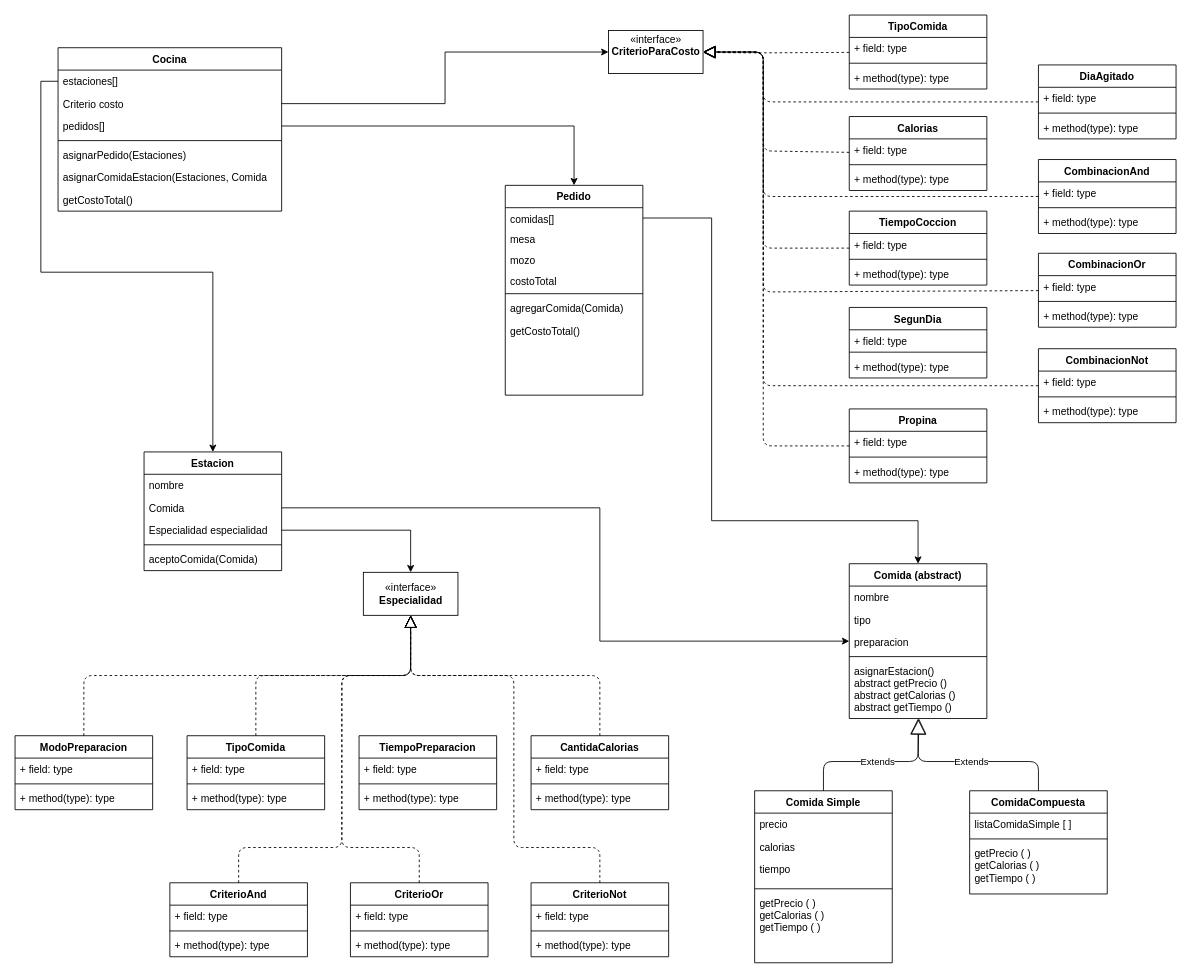
Before: diagrama Tp Especial Parte2.drawio in Guidin8/TPEspecialProg2, a draw.io diagram. Source tidied: cells renumbered, new cells numbered last; positions are measured from the earlier drawing's top-left corner, leaving out a move shared by most shapes. Both pictures are drawn from the tidied source at 86%, with x=0, y=0 at pixel (15, 15).
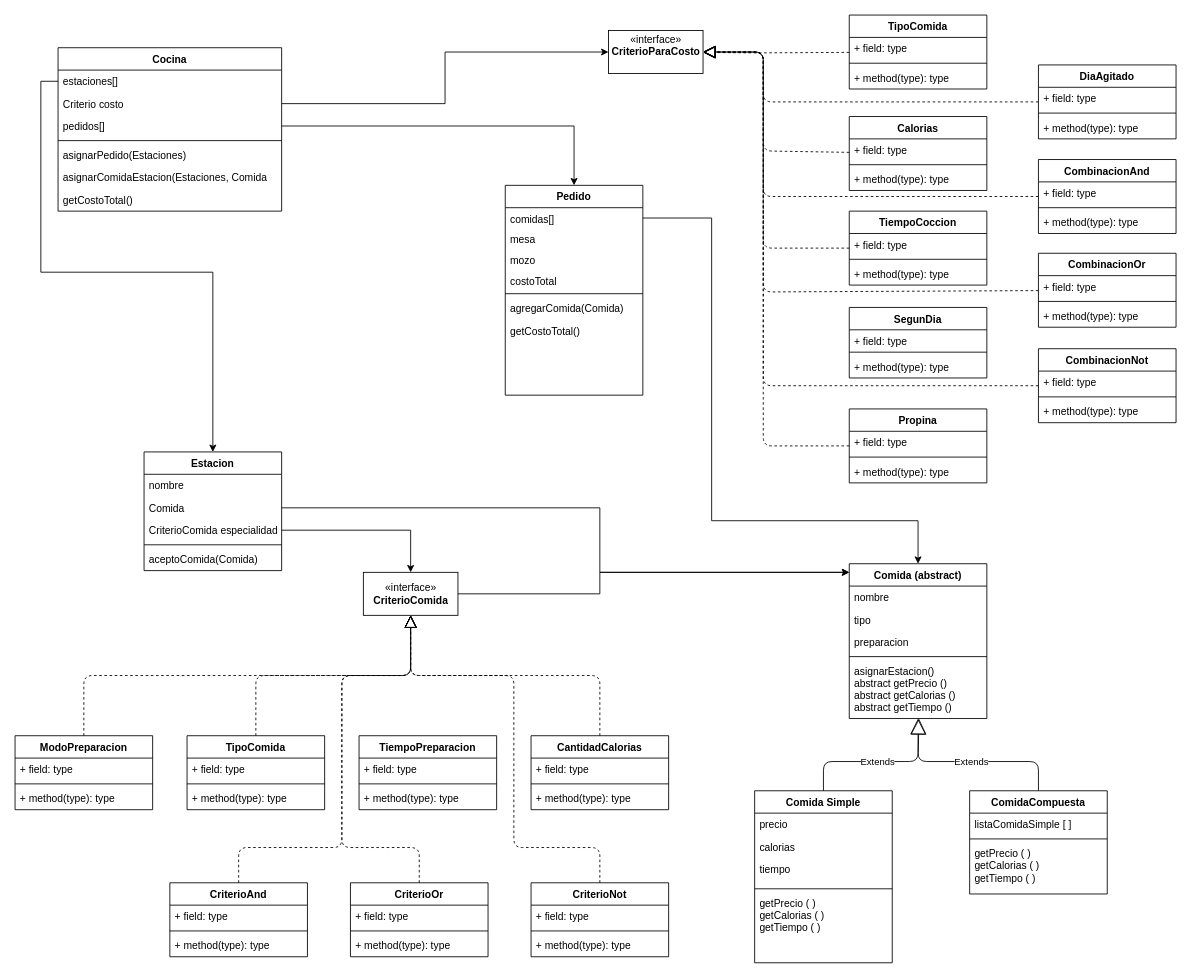
Above is the later version.

Unchanged cells that the change refers to:
```xml
<mxCell id="10" value="Comida (abstract)" style="swimlane;fontStyle=1;align=center;verticalAlign=top;horizontal=1;startSize=26;" parent="1" vertex="1">
  <mxGeometry x="970" y="638" width="160" height="180" as="geometry" />
</mxCell>
<mxCell id="16" value="Estacion" style="swimlane;fontStyle=1;align=center;verticalAlign=top;horizontal=1;startSize=26;" parent="1" vertex="1">
  <mxGeometry x="150" y="508" width="160" height="138" as="geometry" />
</mxCell>
<mxCell id="18" value="Comida" style="text;strokeColor=none;fillColor=none;align=left;verticalAlign=top;spacingLeft=4;spacingRight=4;overflow=hidden;points=[[0,0.5],[1,0.5]];portConstraint=eastwest;" parent="16" vertex="1">
  <mxGeometry y="52" width="160" height="26" as="geometry" />
</mxCell>
```

What changed in the source:
```diff
@@
-    <mxCell id="19" value="Especialidad especialidad" style="text;strokeColor=none;fillColor=none;align=left;verticalAlign=top;spacingLeft=4;spacingRight=4;overflow=hidden;points=[[0,0.5],[1,0.5]];portConstraint=eastwest;" parent="16" vertex="1">
+    <mxCell id="19" value="CriterioComida especialidad" style="text;strokeColor=none;fillColor=none;align=left;verticalAlign=top;spacingLeft=4;spacingRight=4;overflow=hidden;points=[[0,0.5],[1,0.5]];portConstraint=eastwest;" parent="16" vertex="1">
       <mxGeometry y="78" width="160" height="26" as="geometry" />
     </mxCell>
@@
+    <mxCell id="128" style="edgeStyle=orthogonalEdgeStyle;rounded=0;jettySize=auto;html=1;exitX=1;exitY=0.5;exitDx=0;exitDy=0;" parent="1" edge="1" source="40" target="10">
+      <mxGeometry relative="1" as="geometry">
+        <Array as="points">
+          <mxPoint x="680" y="673" />
+          <mxPoint x="680" y="648" />
+        </Array>
+      </mxGeometry>
+    </mxCell>
-    <mxCell id="40" value="«interface»&lt;br&gt;&lt;b&gt;Especialidad&lt;/b&gt;" style="html=1;" parent="1" vertex="1">
+    <mxCell id="40" value="«interface»&lt;br&gt;&lt;b&gt;CriterioComida&lt;/b&gt;" style="html=1;" parent="1" vertex="1">
       <mxGeometry x="405" y="648" width="110" height="50" as="geometry" />
     </mxCell>
@@
-    <mxCell id="53" value="CantidaCalorias" style="swimlane;fontStyle=1;align=center;verticalAlign=top;horizontal=1;startSize=26;" parent="1" vertex="1">
+    <mxCell id="53" value="CantidadCalorias" style="swimlane;fontStyle=1;align=center;verticalAlign=top;horizontal=1;startSize=26;" parent="1" vertex="1">
       <mxGeometry x="600" y="838" width="160" height="86" as="geometry" />
     </mxCell>
@@
-    <mxCell id="109" style="edgeStyle=orthogonalEdgeStyle;rounded=0;jettySize=auto;html=1;entryX=0.5;entryY=0;entryDx=0;entryDy=0;" parent="1" edge="1" source="19" target="40">
-      <mxGeometry relative="1" as="geometry" />
-    </mxCell>
@@
     <mxCell id="127" style="edgeStyle=orthogonalEdgeStyle;rounded=0;jettySize=auto;html=1;" parent="1" edge="1" source="18" target="10">
       <mxGeometry relative="1" as="geometry">
         <Array as="points">
           <mxPoint x="680" y="573" />
-          <mxPoint x="680" y="728" />
+          <mxPoint x="680" y="648" />
         </Array>
       </mxGeometry>
     </mxCell>
+    <mxCell id="109" style="edgeStyle=orthogonalEdgeStyle;rounded=0;jettySize=auto;html=1;entryX=0.5;entryY=0;entryDx=0;entryDy=0;" parent="1" edge="1" source="19" target="40">
+      <mxGeometry relative="1" as="geometry" />
+    </mxCell>
```
